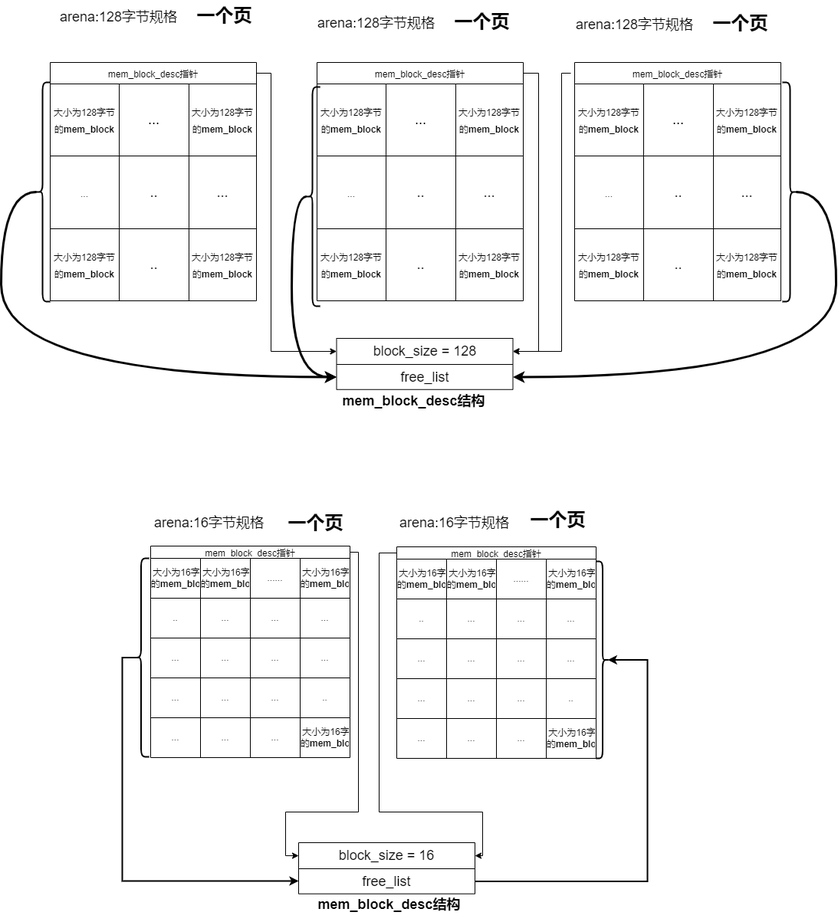
The draw.io diagram OS/arena图示.drawio.png in SixPlusAndTimes/drawio, before a commit. Source tidied: cells renumbered, new cells last; positions are measured from the earlier drawing's top-left corner, leaving out a move shared by most shapes.
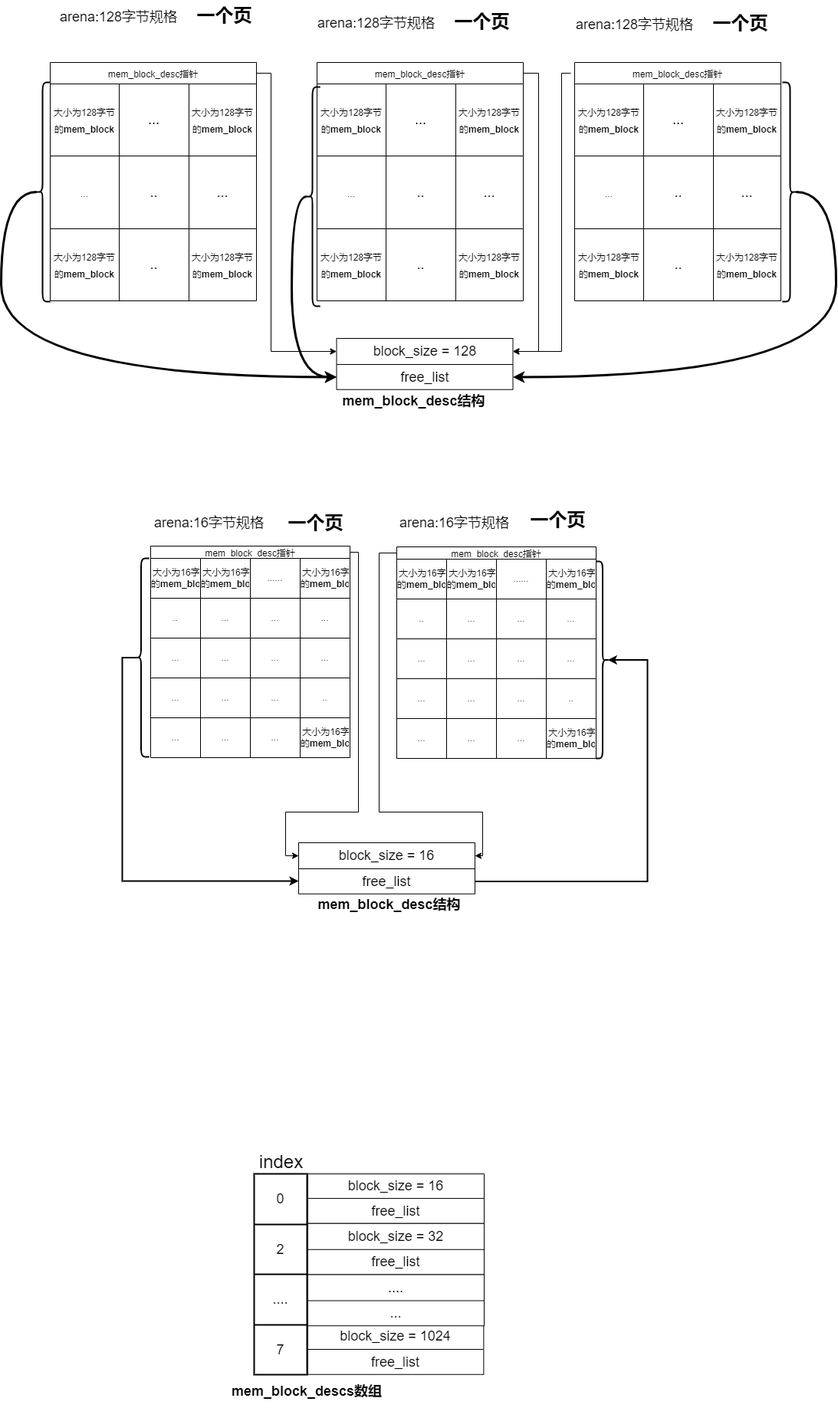
After the change.

Change to the diagram source:
```diff
@@ -466,5 +466,98 @@
     <mxCell id="139" style="shape=curlyBracket;whiteSpace=wrap;html=1;rounded=1;fontSize=18;strokeWidth=2;rotation=-180;" parent="1" vertex="1">
       <mxGeometry x="1019" y="107" width="20" height="286" as="geometry" />
     </mxCell>
+    <mxCell id="140" style="shape=table;startSize=0;fontSize=18;" parent="1" vertex="1">
+      <mxGeometry x="400" y="1531.1" width="230" height="64.7" as="geometry" />
+    </mxCell>
+    <mxCell id="141" style="shape=tableRow;horizontal=0;startSize=0;swimlaneHead=0;swimlaneBody=0;top=0;left=0;bottom=0;right=0;fillColor=none;fontSize=18;" parent="140" vertex="1">
+      <mxGeometry width="230" height="32" as="geometry" />
+    </mxCell>
+    <mxCell id="142" value="block_size = 16" style="shape=partialRectangle;html=1;whiteSpace=wrap;overflow=hidden;fillColor=none;top=0;left=0;bottom=0;right=0;fontSize=18;" parent="141" vertex="1">
+      <mxGeometry width="230" height="32" as="geometry" />
+    </mxCell>
+    <mxCell id="143" style="shape=tableRow;horizontal=0;startSize=0;swimlaneHead=0;swimlaneBody=0;top=0;left=0;bottom=0;right=0;fillColor=none;fontSize=18;" parent="140" vertex="1">
+      <mxGeometry y="32" width="230" height="33" as="geometry" />
+    </mxCell>
+    <mxCell id="144" value="free_list" style="shape=partialRectangle;html=1;whiteSpace=wrap;overflow=hidden;fillColor=none;top=0;left=0;bottom=0;right=0;fontSize=18;" parent="143" vertex="1">
+      <mxGeometry width="230" height="33" as="geometry" />
+    </mxCell>
+    <mxCell id="145" value="&lt;font style=&quot;font-size: 18px;&quot;&gt;&lt;b&gt;mem_block_descs数组&lt;/b&gt;&lt;/font&gt;" style="text;html=1;strokeColor=none;fillColor=none;align=center;verticalAlign=middle;whiteSpace=wrap;rounded=0;" parent="1" vertex="1">
+      <mxGeometry x="292" y="1793" width="213.5" height="43" as="geometry" />
+    </mxCell>
+    <mxCell id="146" style="shape=table;startSize=0;fontSize=18;" parent="1" vertex="1">
+      <mxGeometry x="400" y="1595.8" width="230" height="66.8" as="geometry" />
+    </mxCell>
+    <mxCell id="147" style="shape=tableRow;horizontal=0;startSize=0;swimlaneHead=0;swimlaneBody=0;top=0;left=0;bottom=0;right=0;fillColor=none;fontSize=18;" parent="146" vertex="1">
+      <mxGeometry width="230" height="34" as="geometry" />
+    </mxCell>
+    <mxCell id="148" value="block_size = 32" style="shape=partialRectangle;html=1;whiteSpace=wrap;overflow=hidden;fillColor=none;top=0;left=0;bottom=0;right=0;fontSize=18;" parent="147" vertex="1">
+      <mxGeometry width="230" height="34" as="geometry" />
+    </mxCell>
+    <mxCell id="149" style="shape=tableRow;horizontal=0;startSize=0;swimlaneHead=0;swimlaneBody=0;top=0;left=0;bottom=0;right=0;fillColor=none;fontSize=18;" parent="146" vertex="1">
+      <mxGeometry y="34" width="230" height="33" as="geometry" />
+    </mxCell>
+    <mxCell id="150" value="free_list" style="shape=partialRectangle;html=1;whiteSpace=wrap;overflow=hidden;fillColor=none;top=0;left=0;bottom=0;right=0;fontSize=18;" parent="149" vertex="1">
+      <mxGeometry width="230" height="33" as="geometry" />
+    </mxCell>
+    <mxCell id="151" style="shape=table;startSize=0;fontSize=18;" parent="1" vertex="1">
+      <mxGeometry x="400" y="1726" width="229.4" height="66.8" as="geometry" />
+    </mxCell>
+    <mxCell id="152" style="shape=tableRow;horizontal=0;startSize=0;swimlaneHead=0;swimlaneBody=0;top=0;left=0;bottom=0;right=0;fillColor=none;fontSize=18;" parent="151" vertex="1">
+      <mxGeometry width="229.4" height="34" as="geometry" />
+    </mxCell>
+    <mxCell id="153" value="block_size = 1024" style="shape=partialRectangle;html=1;whiteSpace=wrap;overflow=hidden;fillColor=none;top=0;left=0;bottom=0;right=0;fontSize=18;" parent="152" vertex="1">
+      <mxGeometry width="229" height="34" as="geometry" />
+    </mxCell>
+    <mxCell id="154" style="shape=tableRow;horizontal=0;startSize=0;swimlaneHead=0;swimlaneBody=0;top=0;left=0;bottom=0;right=0;fillColor=none;fontSize=18;" parent="151" vertex="1">
+      <mxGeometry y="34" width="229.4" height="33" as="geometry" />
+    </mxCell>
+    <mxCell id="155" value="free_list" style="shape=partialRectangle;html=1;whiteSpace=wrap;overflow=hidden;fillColor=none;top=0;left=0;bottom=0;right=0;fontSize=18;" parent="154" vertex="1">
+      <mxGeometry width="229" height="33" as="geometry" />
+    </mxCell>
+    <mxCell id="156" style="shape=table;startSize=0;fontSize=18;" parent="1" vertex="1">
+      <mxGeometry x="400" y="1662.5" width="230" height="66.8" as="geometry" />
+    </mxCell>
+    <mxCell id="157" style="shape=tableRow;horizontal=0;startSize=0;swimlaneHead=0;swimlaneBody=0;top=0;left=0;bottom=0;right=0;fillColor=none;fontSize=18;" parent="156" vertex="1">
+      <mxGeometry width="230" height="34" as="geometry" />
+    </mxCell>
+    <mxCell id="158" value="...." style="shape=partialRectangle;html=1;whiteSpace=wrap;overflow=hidden;fillColor=none;top=0;left=0;bottom=0;right=0;fontSize=18;" parent="157" vertex="1">
+      <mxGeometry width="230" height="34" as="geometry" />
+    </mxCell>
+    <mxCell id="159" style="shape=tableRow;horizontal=0;startSize=0;swimlaneHead=0;swimlaneBody=0;top=0;left=0;bottom=0;right=0;fillColor=none;fontSize=18;" parent="156" vertex="1">
+      <mxGeometry y="34" width="230" height="33" as="geometry" />
+    </mxCell>
+    <mxCell id="160" value="..." style="shape=partialRectangle;html=1;whiteSpace=wrap;overflow=hidden;fillColor=none;top=0;left=0;bottom=0;right=0;fontSize=18;" parent="159" vertex="1">
+      <mxGeometry width="230" height="33" as="geometry" />
+    </mxCell>
+    <mxCell id="161" style="shape=table;startSize=0;fontSize=18;strokeWidth=2;" parent="1" vertex="1">
+      <mxGeometry x="330" y="1531.1" width="69" height="261.9" as="geometry" />
+    </mxCell>
+    <mxCell id="162" style="shape=tableRow;horizontal=0;startSize=0;swimlaneHead=0;swimlaneBody=0;top=0;left=0;bottom=0;right=0;fillColor=none;fontSize=18;strokeWidth=2;" parent="161" vertex="1">
+      <mxGeometry width="69" height="66" as="geometry" />
+    </mxCell>
+    <mxCell id="163" value="0" style="shape=partialRectangle;html=1;whiteSpace=wrap;overflow=hidden;fillColor=none;top=0;left=0;bottom=0;right=0;fontSize=18;strokeWidth=2;" parent="162" vertex="1">
+      <mxGeometry width="69" height="66" as="geometry" />
+    </mxCell>
+    <mxCell id="164" style="shape=tableRow;horizontal=0;startSize=0;swimlaneHead=0;swimlaneBody=0;top=0;left=0;bottom=0;right=0;fillColor=none;fontSize=18;strokeWidth=2;" parent="161" vertex="1">
+      <mxGeometry y="66" width="69" height="65" as="geometry" />
+    </mxCell>
+    <mxCell id="165" value="2" style="shape=partialRectangle;html=1;whiteSpace=wrap;overflow=hidden;fillColor=none;top=0;left=0;bottom=0;right=0;fontSize=18;strokeWidth=2;" parent="164" vertex="1">
+      <mxGeometry width="69" height="65" as="geometry" />
+    </mxCell>
+    <mxCell id="166" style="shape=tableRow;horizontal=0;startSize=0;swimlaneHead=0;swimlaneBody=0;top=0;left=0;bottom=0;right=0;fillColor=none;fontSize=18;strokeWidth=2;" parent="161" vertex="1">
+      <mxGeometry y="131" width="69" height="66" as="geometry" />
+    </mxCell>
+    <mxCell id="167" value="...." style="shape=partialRectangle;html=1;whiteSpace=wrap;overflow=hidden;fillColor=none;top=0;left=0;bottom=0;right=0;fontSize=18;strokeWidth=2;" parent="166" vertex="1">
+      <mxGeometry width="69" height="66" as="geometry" />
+    </mxCell>
+    <mxCell id="168" style="shape=tableRow;horizontal=0;startSize=0;swimlaneHead=0;swimlaneBody=0;top=0;left=0;bottom=0;right=0;fillColor=none;fontSize=18;strokeWidth=2;" parent="161" vertex="1">
+      <mxGeometry y="197" width="69" height="65" as="geometry" />
+    </mxCell>
+    <mxCell id="169" value="7" style="shape=partialRectangle;html=1;whiteSpace=wrap;overflow=hidden;fillColor=none;top=0;left=0;bottom=0;right=0;fontSize=18;strokeWidth=2;" parent="168" vertex="1">
+      <mxGeometry width="69" height="65" as="geometry" />
+    </mxCell>
+    <mxCell id="170" value="&lt;span style=&quot;font-weight: normal;&quot;&gt;index&lt;/span&gt;" style="text;strokeColor=none;fillColor=none;html=1;fontSize=24;fontStyle=1;verticalAlign=middle;align=center;" parent="1" vertex="1">
+      <mxGeometry x="314.5" y="1496" width="100" height="40" as="geometry" />
+    </mxCell>
   </root>
 </mxGraphModel>
```
